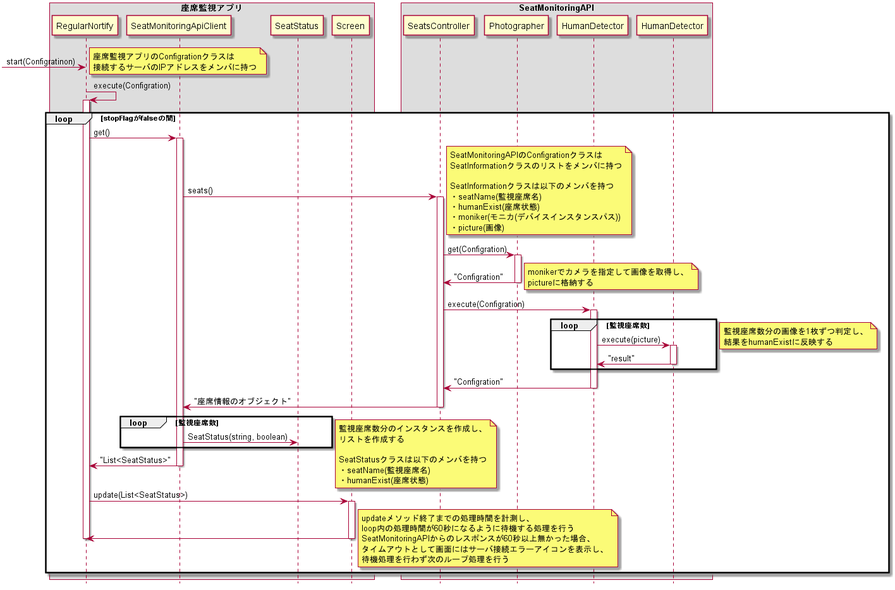
Before: doc/詳細設計/詳細設計書/構成図/座席状態確認シーケンス図2.png, a diagram exported from PlantUML (KeisukeSugita/Seat-monitoring-system).
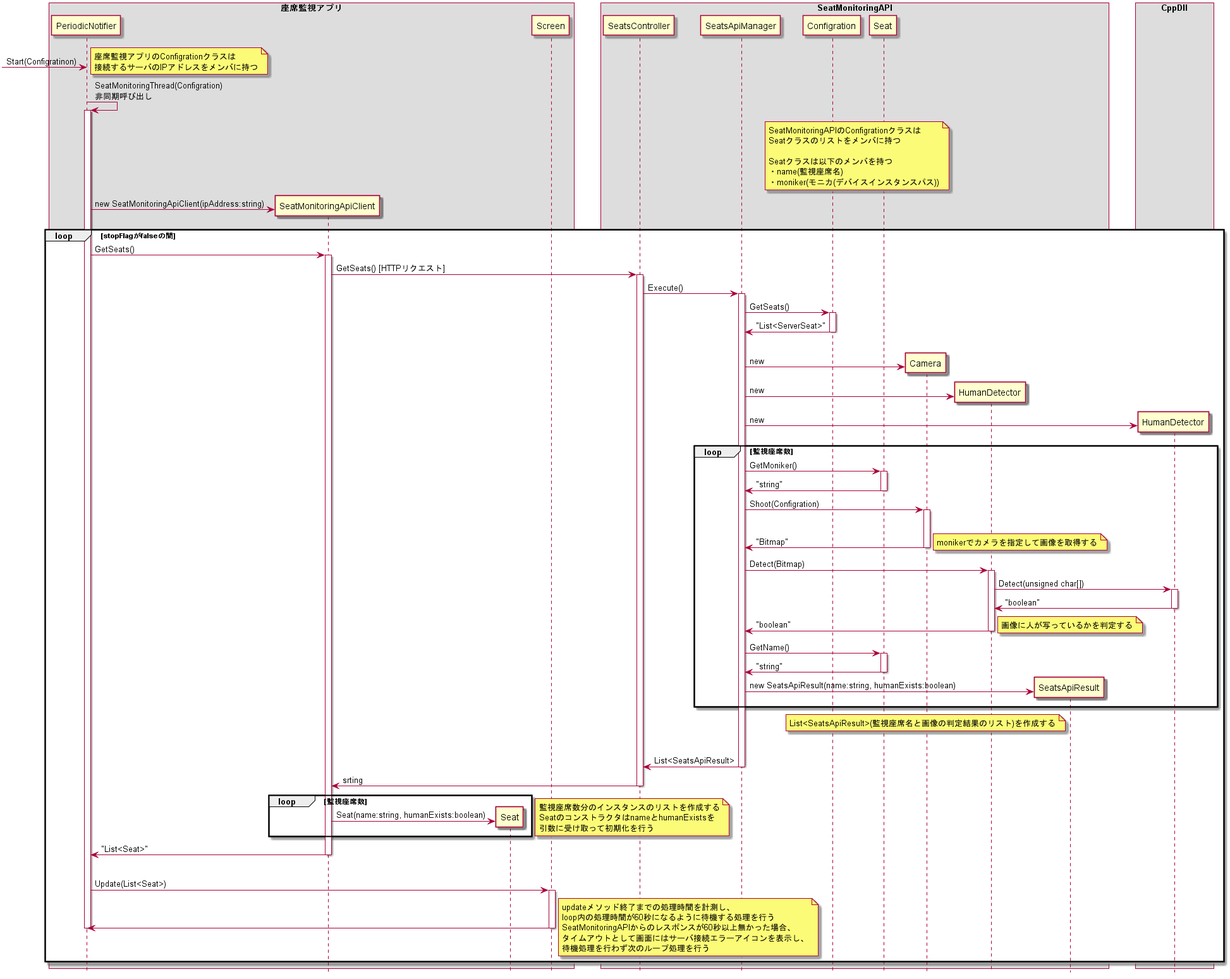
After the change.

What changed in the source:
```diff
@@ -3,95 +3,137 @@
 skinparam BoxPadding 20
 
 box "座席監視アプリ"
-	participant "RegularNortify" as RegularNortify
-	participant "SeatMonitoringApiClient" as SeatMonitoringApiClient
-	participant "SeatStatus" as SeatStatus
-	participant "Screen" as Screen
+	participant PeriodicNotifier
+	participant SeatMonitoringApiClient
+	participant "Seat" as ClientSeat
+	participant Screen
 end box
 
 box "SeatMonitoringAPI"
-	participant "SeatsController" as SeatsController
-	participant "Photographer" as Photographer
+	participant SeatsController
+	participant SeatsApiManager
+	participant Configration
+	participant "Seat" as ServerSeat
+	participant Camera
 	participant "HumanDetector" as CsHumanDetector
+	participant SeatsApiResult
+end box
+
+box "CppDll"
 	participant "HumanDetector" as CppHumanDetector
 end box
 
--> RegularNortify :start(Configratinon)
+-> PeriodicNotifier :Start(Configratinon)
 note right
 	座席監視アプリのConfigrationクラスは
 	接続するサーバのIPアドレスをメンバに持つ
 end note
 
-RegularNortify -> RegularNortify : execute(Configration)
-activate RegularNortify
+PeriodicNotifier -> PeriodicNotifier : SeatMonitoringThread(Configration)\n非同期呼び出し
+activate PeriodicNotifier
+
+note over Configration, ServerSeat
+	SeatMonitoringAPIのConfigrationクラスは
+	Seatクラスのリストをメンバに持つ
+
+	Seatクラスは以下のメンバを持つ
+	・name(監視座席名)
+	・moniker(モニカ(デバイスインスタンスパス))
+end note
+
+create SeatMonitoringApiClient
+PeriodicNotifier -> SeatMonitoringApiClient :new SeatMonitoringApiClient(ipAddress:string)
 
 loop stopFlagがfalseの間
-	RegularNortify -> SeatMonitoringApiClient : get()
+	PeriodicNotifier -> SeatMonitoringApiClient : GetSeats()
 	activate SeatMonitoringApiClient
 
-	SeatMonitoringApiClient -> SeatsController : seats()
+	SeatMonitoringApiClient -> SeatsController : GetSeats() [HTTPリクエスト]
 	activate SeatsController
 
-	note right
-		SeatMonitoringAPIのConfigrationクラスは
-		SeatInformationクラスのリストをメンバに持つ
+	SeatsController -> SeatsApiManager :Execute()
+	activate SeatsApiManager
 
-		SeatInformationクラスは以下のメンバを持つ
-		・seatName(監視座席名)
-		・humanExist(座席状態)
-		・moniker(モニカ(デバイスインスタンスパス))
-		・picture(画像)
-	end note
+	SeatsApiManager -> Configration :GetSeats()
+	activate Configration
+	SeatsApiManager <- Configration :"List<ServerSeat>"
+	deactivate Configration
 
-	SeatsController -> Photographer : get(Configration)
-	activate Photographer
-	SeatsController <- Photographer : "Configration"
-	deactivate Photographer
-	note right
-		monikerでカメラを指定して画像を取得し、
-		pictureに格納する
-	end note
+	|||
+	create Camera
+	SeatsApiManager -> Camera : new
 
-	SeatsController -> CsHumanDetector : execute(Configration)
-	activate CsHumanDetector
+	create CsHumanDetector
+	SeatsApiManager -> CsHumanDetector :new
+
+	create CppHumanDetector
+	SeatsApiManager -> CppHumanDetector :new
+
 
 	loop 監視座席数
-		CsHumanDetector -> CppHumanDetector : execute(picture)
+		SeatsApiManager -> ServerSeat :GetMoniker()
+		activate ServerSeat
+		SeatsApiManager <- ServerSeat :"string"
+		deactivate ServerSeat
+		SeatsApiManager -> Camera : Shoot(Configration)
+		activate Camera
+		|||
+		SeatsApiManager <- 	Camera :"Bitmap"
+		deactivate Camera
+		note right
+			monikerでカメラを指定して画像を取得する
+		end note
+
+		SeatsApiManager -> CsHumanDetector :Detect(Bitmap)
+		activate CsHumanDetector
+		CsHumanDetector -> CppHumanDetector : Detect(unsigned char[])
 		activate CppHumanDetector
-		CsHumanDetector <- CppHumanDetector : "result"
+		CsHumanDetector <- CppHumanDetector : "boolean"
 		deactivate CppHumanDetector
+		SeatsApiManager <- CsHumanDetector :"boolean"
+		deactivate CsHumanDetector
+		note right
+			画像に人が写っているかを判定する
+		end note
+
+		SeatsApiManager -> ServerSeat :GetName()
+		activate ServerSeat
+		SeatsApiManager <- ServerSeat :"string"
+		deactivate ServerSeat
+
+		create SeatsApiResult
+		SeatsApiManager -> SeatsApiResult :new SeatsApiResult(name:string, humanExists:boolean)
+
 	end
-	note right
-		監視座席数分の画像を1枚ずつ判定し、
-		結果をhumanExistに反映する
+	note over Camera
+		List<SeatsApiResult>(監視座席名と画像の判定結果のリスト)を作成する
 	end note
+	|||
 
-	SeatsController <- CsHumanDetector : "Configration"
-	deactivate CsHumanDetector
+	SeatsController <- SeatsApiManager : List<SeatsApiResult>
+	deactivate SeatsApiManager
 
-	SeatMonitoringApiClient <- SeatsController : "座席情報のオブジェクト"
+	SeatMonitoringApiClient <- SeatsController :srting
 	deactivate SeatsController
 
 	loop 監視座席数
-		SeatMonitoringApiClient -> SeatStatus :SeatStatus(string, boolean)
+		create ClientSeat
+		SeatMonitoringApiClient -> ClientSeat :Seat(name:string, humanExists:boolean)
 	end
 	note right
-		監視座席数分のインスタンスを作成し、
-		リストを作成する
-
-		SeatStatusクラスは以下のメンバを持つ
-		・seatName(監視座席名)
-		・humanExist(座席状態)
+		監視座席数分のインスタンスのリストを作成する
+		SeatのコンストラクタはnameとhumanExistsを
+		引数に受け取って初期化を行う
 	end note
 
-	RegularNortify <- SeatMonitoringApiClient : "List<SeatStatus>"
+	PeriodicNotifier <- SeatMonitoringApiClient : "List<Seat>"
 	deactivate SeatMonitoringApiClient
 	|||
-	RegularNortify -> Screen : update(List<SeatStatus>)
+	PeriodicNotifier -> Screen : Update(List<Seat>)
 	activate Screen
-	RegularNortify <- Screen
+	PeriodicNotifier <- Screen
 	deactivate Screen
-	deactivate RegularNortify
+	deactivate PeriodicNotifier
 	note right
 		updateメソッド終了までの処理時間を計測し、
 		loop内の処理時間が60秒になるように待機する処理を行う
```
